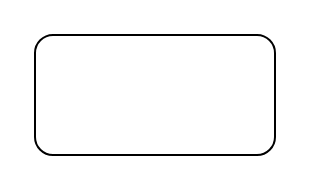
Before: code_org/thuc_hanh/Biểu đồ không có tiêu đề.drawio in Deviinn/C0125M1-TruongQuocLap, a draw.io diagram. Source tidied: cells renumbered, new cells numbered last; positions are measured from the earlier drawing's top-left corner, leaving out a move shared by most shapes. Both pictures are drawn from the tidied source at 200%, with x=0, y=0 at pixel (34, 34).
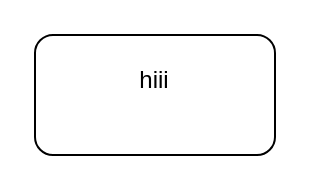
After the change.

What changed in the source:
```diff
@@
 <mxGraphModel>
   <root>
     <mxCell id="0" />
     <mxCell id="1" parent="0" />
-    <mxCell id="2" style="rounded=1;whiteSpace=wrap;html=1;" parent="1" vertex="1">
+    <mxCell id="2" value="hiii&lt;div&gt;&lt;br&gt;&lt;/div&gt;" style="rounded=1;whiteSpace=wrap;html=1;" parent="1" vertex="1">
       <mxGeometry width="120" height="60" as="geometry" />
     </mxCell>
   </root>
 </mxGraphModel>
```
